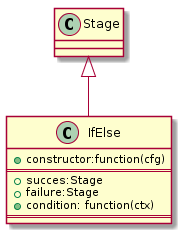
Earlier version of the PlantUML export pics/stages/IfElse/class.png (vedmalex/pipeline.js). The source it was exported from:
```plantuml
@startuml

	Class Stage
	Class IfElse{
		+constructor:function(cfg)
===
		+succes:Stage
		+failure:Stage
		+condition: function(ctx)
===
	}

 	Stage <|-- IfElse

@enduml
```
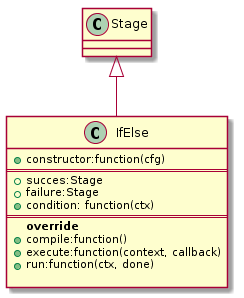
The same diagram one commit later.

The edit, as a diff of the source:
```diff
@@ -8,6 +8,11 @@
 		+failure:Stage
 		+condition: function(ctx)
 ===
+		**override**
+		+compile:function()
+		+execute:function(context, callback)
+		+run:function(ctx, done)
+
 	}
 
  	Stage <|-- IfElse
```
